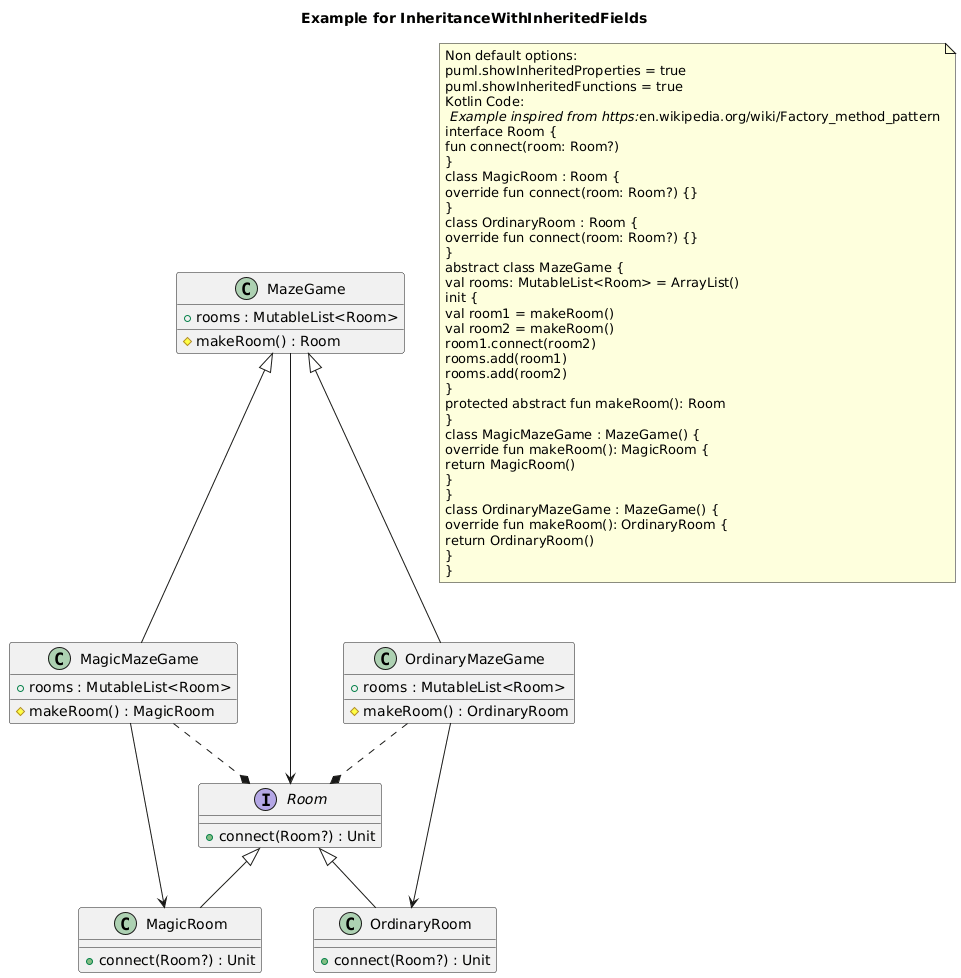
Tosaa/ksp-plantuml keeps this PlantUML diagram as doc/plantuml/InheritanceWithInheritedFields.png. Above is the earlier version. The source it was exported from:
```plantuml
@startuml
title Example for InheritanceWithInheritedFields
interface "Room" as Room {
+ connect(Room?) : Unit
}
class "MagicRoom" as MagicRoom {
+ connect(Room?) : Unit
}
class "OrdinaryRoom" as OrdinaryRoom {
+ connect(Room?) : Unit
}
class "MazeGame" as MazeGame {
+ rooms : MutableList<Room>
# makeRoom() : Room
}
class "MagicMazeGame" as MagicMazeGame {
+ rooms : MutableList<Room>
# makeRoom() : MagicRoom
}
class "OrdinaryMazeGame" as OrdinaryMazeGame {
+ rooms : MutableList<Room>
# makeRoom() : OrdinaryRoom
}
MazeGame --> Room
MazeGame <|-- OrdinaryMazeGame
OrdinaryMazeGame --> OrdinaryRoom
OrdinaryMazeGame ..* Room
MazeGame <|-- MagicMazeGame
MagicMazeGame --> MagicRoom
MagicMazeGame ..* Room
Room <|-- OrdinaryRoom
Room <|-- MagicRoom
note as note_of_code
Non default options:
puml.showInheritedProperties = true
puml.showInheritedFunctions = true
Kotlin Code:
// Example inspired from https://en.wikipedia.org/wiki/Factory_method_pattern
interface Room {
fun connect(room: Room?)
}
class MagicRoom : Room {
override fun connect(room: Room?) {}
}
class OrdinaryRoom : Room {
override fun connect(room: Room?) {}
}
abstract class MazeGame {
val rooms: MutableList<Room> = ArrayList()
init {
val room1 = makeRoom()
val room2 = makeRoom()
room1.connect(room2)
rooms.add(room1)
rooms.add(room2)
}
protected abstract fun makeRoom(): Room
}
class MagicMazeGame : MazeGame() {
override fun makeRoom(): MagicRoom {
return MagicRoom()
}
}
class OrdinaryMazeGame : MazeGame() {
override fun makeRoom(): OrdinaryRoom {
return OrdinaryRoom()
}
}
end note
@enduml
```
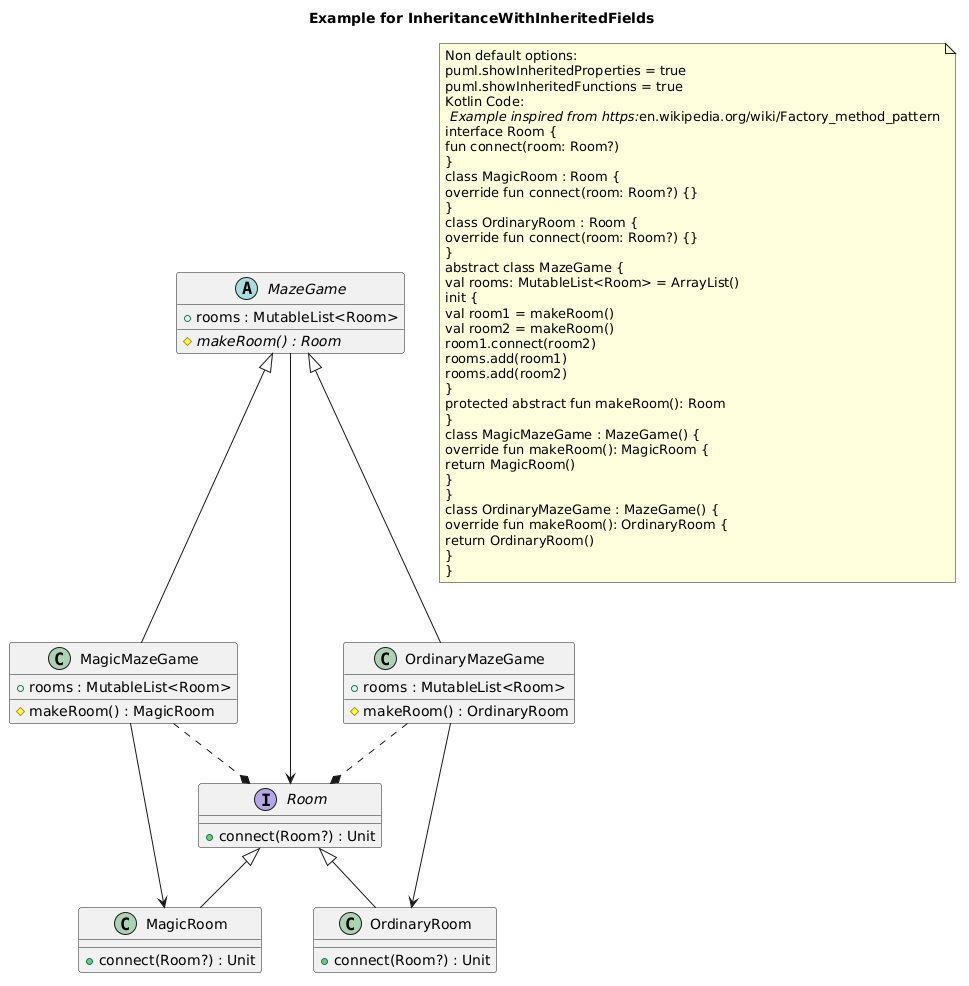
The same file after the commit.

What changed in the source:
```diff
@@ -9,9 +9,9 @@
 class "OrdinaryRoom" as OrdinaryRoom {
 + connect(Room?) : Unit
 }
-class "MazeGame" as MazeGame {
+abstract class "MazeGame" as MazeGame {
 + rooms : MutableList<Room>
-# makeRoom() : Room
+# {abstract} makeRoom() : Room
 }
 class "MagicMazeGame" as MagicMazeGame {
 + rooms : MutableList<Room>
```
